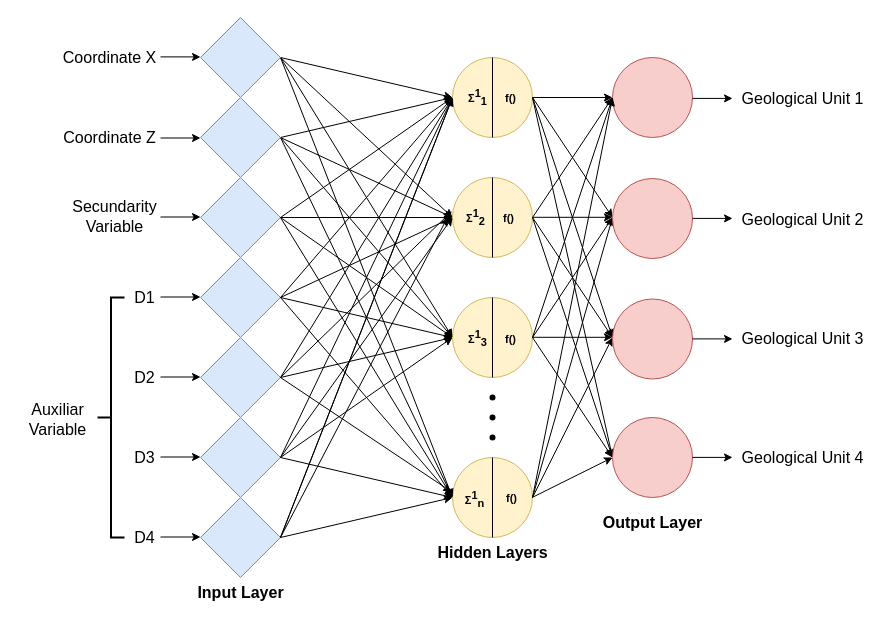
Above: Diagrama sin título.drawio in heberallin/ANN_mineralresources (draw.io), before the change. Source tidied: cells renumbered, new cells numbered last; positions are measured from the earlier drawing's top-left corner, leaving out a move shared by most shapes. Both pictures are drawn from the tidied source at 100%, with x=0, y=0 at pixel (17, 17).
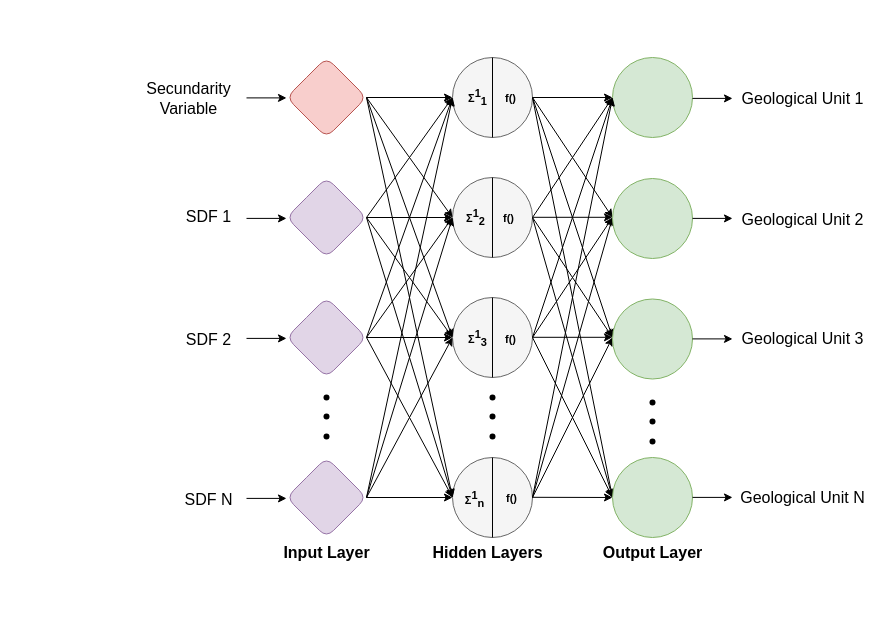
Above is the later version.

Unchanged cells that the change refers to:
```xml
<mxCell id="48" value="&lt;font style=&quot;font-size: 11px;&quot;&gt;&lt;b style=&quot;font-size: 11px;&quot;&gt;&lt;span style=&quot;font-size: 11px;&quot;&gt;Σ&lt;sup style=&quot;font-size: 11px;&quot;&gt;1&lt;/sup&gt;&lt;/span&gt;&lt;span style=&quot;font-size: 11px;&quot;&gt;&lt;sub style=&quot;font-size: 11px;&quot;&gt;2&lt;/sub&gt;&lt;/span&gt;&lt;/b&gt;&lt;/font&gt;" style="text;html=1;align=center;verticalAlign=middle;points=[];strokeColor=none;fillColor=none;fontSize=11;" parent="1" vertex="1">
  <mxGeometry x="439" y="183.5" width="37" height="33" as="geometry" />
</mxCell>
<mxCell id="50" value="&lt;font style=&quot;font-size: 11px;&quot;&gt;&lt;b style=&quot;font-size: 11px;&quot;&gt;&lt;span style=&quot;font-size: 11px;&quot;&gt;Σ&lt;sup style=&quot;font-size: 11px;&quot;&gt;1&lt;/sup&gt;&lt;/span&gt;&lt;sub style=&quot;font-size: 11px;&quot;&gt;&lt;font style=&quot;font-size: 11px;&quot;&gt;n&lt;/font&gt;&lt;/sub&gt;&lt;/b&gt;&lt;/font&gt;" style="text;html=1;align=center;verticalAlign=middle;points=[];strokeColor=none;fillColor=none;fontSize=11;" parent="1" vertex="1">
  <mxGeometry x="437" y="466.5" width="40" height="30" as="geometry" />
</mxCell>
```

Change to the diagram source:
```diff
@@
-    <mxCell id="2" style="ellipse;whiteSpace=wrap;html=1;fillColor=#fff2cc;strokeColor=#d6b656;" parent="1" vertex="1">
+    <mxCell id="2" style="ellipse;whiteSpace=wrap;html=1;fillColor=#f5f5f5;strokeColor=#666666;fontColor=#333333;" parent="1" vertex="1">
       <mxGeometry x="435" y="160" width="80" height="80" as="geometry" />
     </mxCell>
-    <mxCell id="3" style="ellipse;whiteSpace=wrap;html=1;fillColor=#fff2cc;strokeColor=#d6b656;" parent="1" vertex="1">
+    <mxCell id="3" style="ellipse;whiteSpace=wrap;html=1;fillColor=#f5f5f5;strokeColor=#666666;fontColor=#333333;" parent="1" vertex="1">
       <mxGeometry x="435" y="40" width="80" height="80" as="geometry" />
     </mxCell>
-    <mxCell id="4" style="ellipse;whiteSpace=wrap;html=1;fillColor=#fff2cc;strokeColor=#d6b656;" parent="1" vertex="1">
+    <mxCell id="4" style="ellipse;whiteSpace=wrap;html=1;fillColor=#f5f5f5;strokeColor=#666666;fontColor=#333333;" parent="1" vertex="1">
       <mxGeometry x="435" y="280" width="80" height="80" as="geometry" />
     </mxCell>
-    <mxCell id="5" style="ellipse;whiteSpace=wrap;html=1;fillColor=#fff2cc;strokeColor=#d6b656;" parent="1" vertex="1">
+    <mxCell id="5" style="ellipse;whiteSpace=wrap;html=1;fillColor=#f5f5f5;strokeColor=#666666;fontColor=#333333;" parent="1" vertex="1">
       <mxGeometry x="435" y="440" width="80" height="80" as="geometry" />
     </mxCell>
-    <mxCell id="6" style="ellipse;whiteSpace=wrap;html=1;fillColor=#f8cecc;strokeColor=#b85450;" parent="1" vertex="1">
+    <mxCell id="6" style="ellipse;whiteSpace=wrap;html=1;fillColor=#d5e8d4;strokeColor=#82b366;" parent="1" vertex="1">
       <mxGeometry x="595" y="40" width="80" height="80" as="geometry" />
     </mxCell>
-    <mxCell id="7" style="endArrow=classic;html=1;rounded=0;exitX=1;exitY=0.5;exitDx=0;exitDy=0;entryX=0;entryY=0.5;entryDx=0;entryDy=0;" parent="1" edge="1" source="62" target="3">
-      <mxGeometry relative="1" as="geometry" />
-    </mxCell>
-    <mxCell id="8" style="endArrow=classic;html=1;rounded=0;entryX=0;entryY=0.5;entryDx=0;entryDy=0;exitX=1;exitY=0.5;exitDx=0;exitDy=0;" parent="1" edge="1" source="62" target="5">
-      <mxGeometry relative="1" as="geometry" />
-    </mxCell>
-    <mxCell id="9" style="endArrow=classic;html=1;rounded=0;exitX=1;exitY=0.5;exitDx=0;exitDy=0;entryX=0;entryY=0.5;entryDx=0;entryDy=0;" parent="1" edge="1" source="62" target="4">
-      <mxGeometry relative="1" as="geometry" />
-    </mxCell>
-    <mxCell id="10" style="endArrow=classic;html=1;rounded=0;exitX=1;exitY=0.5;exitDx=0;exitDy=0;entryX=0;entryY=0.5;entryDx=0;entryDy=0;" parent="1" edge="1" source="62" target="2">
-      <mxGeometry relative="1" as="geometry" />
-    </mxCell>
-    <mxCell id="11" style="endArrow=classic;html=1;rounded=0;exitX=1;exitY=0.5;exitDx=0;exitDy=0;entryX=0;entryY=0.5;entryDx=0;entryDy=0;" parent="1" edge="1" source="61" target="4">
-      <mxGeometry relative="1" as="geometry" />
-    </mxCell>
-    <mxCell id="12" style="endArrow=classic;html=1;rounded=0;exitX=1;exitY=0.5;exitDx=0;exitDy=0;entryX=0;entryY=0.5;entryDx=0;entryDy=0;" parent="1" edge="1" source="61" target="5">
-      <mxGeometry relative="1" as="geometry" />
-    </mxCell>
-    <mxCell id="13" style="endArrow=classic;html=1;rounded=0;exitX=1;exitY=0.5;exitDx=0;exitDy=0;entryX=0;entryY=0.5;entryDx=0;entryDy=0;" parent="1" edge="1" source="61" target="3">
-      <mxGeometry relative="1" as="geometry" />
-    </mxCell>
-    <mxCell id="14" style="endArrow=classic;html=1;rounded=0;exitX=1;exitY=0.5;exitDx=0;exitDy=0;entryX=0;entryY=0.5;entryDx=0;entryDy=0;" parent="1" edge="1" source="61" target="2">
-      <mxGeometry relative="1" as="geometry" />
-    </mxCell>
@@
     <mxCell id="32" style="shape=waypoint;sketch=0;fillStyle=solid;size=6;fillColor=none;perimeter=centerPerimeter;" parent="1" vertex="1">
-      <mxGeometry x="465" y="390" width="20" height="20" as="geometry" />
+      <mxGeometry x="465" y="389" width="20" height="20" as="geometry" />
     </mxCell>
     <mxCell id="33" style="shape=waypoint;sketch=0;fillStyle=solid;size=6;fillColor=none;perimeter=centerPerimeter;" parent="1" vertex="1">
-      <mxGeometry x="465" y="410" width="20" height="20" as="geometry" />
+      <mxGeometry x="465" y="409" width="20" height="20" as="geometry" />
     </mxCell>
-    <mxCell id="34" style="endArrow=classic;html=1;rounded=0;entryX=0;entryY=0.5;entryDx=0;entryDy=0;" parent="1" edge="1">
-      <mxGeometry relative="1" as="geometry">
-        <mxPoint x="143" y="39.4" as="sourcePoint" />
-        <mxPoint x="183" y="39.4" as="targetPoint" />
-      </mxGeometry>
-    </mxCell>
-    <mxCell id="35" style="endArrow=classic;html=1;rounded=0;entryX=0;entryY=0.5;entryDx=0;entryDy=0;" parent="1" edge="1">
-      <mxGeometry relative="1" as="geometry">
-        <mxPoint x="143" y="120.5" as="sourcePoint" />
-        <mxPoint x="183" y="120.5" as="targetPoint" />
-      </mxGeometry>
-    </mxCell>
@@
     <mxCell id="37" value="Input Layer" style="text;html=1;align=center;verticalAlign=middle;strokeColor=none;fillColor=none;fontSize=16;fontStyle=1;" parent="1" vertex="1">
-      <mxGeometry x="168" y="560" width="110" height="30" as="geometry" />
+      <mxGeometry x="254" y="520" width="110" height="30" as="geometry" />
     </mxCell>
     <mxCell id="38" value="Hidden Layers" style="text;html=1;align=center;verticalAlign=middle;strokeColor=none;fillColor=none;fontSize=16;fontStyle=1;" parent="1" vertex="1">
-      <mxGeometry x="410" y="520" width="130" height="30" as="geometry" />
+      <mxGeometry x="405" y="520" width="130" height="30" as="geometry" />
     </mxCell>
     <mxCell id="39" value="Output Layer" style="text;html=1;align=center;verticalAlign=middle;strokeColor=none;fillColor=none;fontSize=16;fontStyle=1;" parent="1" vertex="1">
-      <mxGeometry x="575" y="490" width="120" height="30" as="geometry" />
+      <mxGeometry x="575" y="520" width="120" height="30" as="geometry" />
     </mxCell>
-    <mxCell id="40" value="Coordinate X" style="text;html=1;align=center;verticalAlign=middle;strokeColor=none;fillColor=none;fontSize=16;" parent="1" vertex="1">
-      <mxGeometry x="36" y="24.5" width="111" height="31" as="geometry" />
-    </mxCell>
-    <mxCell id="41" value="Coordinate Z" style="text;html=1;align=center;verticalAlign=middle;strokeColor=none;fillColor=none;fontSize=16;" parent="1" vertex="1">
-      <mxGeometry x="36" y="104.5" width="111" height="31" as="geometry" />
-    </mxCell>
@@
-    <mxCell id="55" style="rhombus;whiteSpace=wrap;html=1;fillColor=#dae8fc;strokeColor=#6c8ebf;" parent="1" vertex="1">
-      <mxGeometry x="183" y="240" width="80" height="80" as="geometry" />
+    <mxCell id="55" style="rhombus;whiteSpace=wrap;html=1;fillColor=#f8cecc;strokeColor=#b85450;rounded=1;" parent="1" vertex="1">
+      <mxGeometry x="269" y="40" width="80" height="80" as="geometry" />
     </mxCell>
-    <mxCell id="56" style="endArrow=classic;html=1;rounded=0;entryX=0;entryY=0.5;entryDx=0;entryDy=0;" parent="1" edge="1">
-      <mxGeometry relative="1" as="geometry">
-        <mxPoint x="143" y="199.5" as="sourcePoint" />
-        <mxPoint x="183" y="199.5" as="targetPoint" />
-      </mxGeometry>
-    </mxCell>
-    <mxCell id="57" value="Secundarity&lt;div&gt;Variable&lt;/div&gt;" style="text;html=1;align=center;verticalAlign=middle;strokeColor=none;fillColor=none;fontSize=16;" parent="1" vertex="1">
-      <mxGeometry x="45.5" y="174" width="103" height="50" as="geometry" />
-    </mxCell>
     <mxCell id="58" style="endArrow=classic;html=1;rounded=0;entryX=0;entryY=0.5;entryDx=0;entryDy=0;" parent="1" edge="1">
       <mxGeometry relative="1" as="geometry">
-        <mxPoint x="143" y="279.5" as="sourcePoint" />
-        <mxPoint x="183" y="279.5" as="targetPoint" />
+        <mxPoint x="229" y="80.4" as="sourcePoint" />
+        <mxPoint x="269" y="80.4" as="targetPoint" />
       </mxGeometry>
     </mxCell>
-    <mxCell id="59" value="D1" style="text;html=1;align=center;verticalAlign=middle;strokeColor=none;fillColor=none;fontSize=16;" parent="1" vertex="1">
-      <mxGeometry x="107" y="265" width="40" height="30" as="geometry" />
+    <mxCell id="59" value="Secundarity&lt;div&gt;Variable&lt;/div&gt;" style="text;html=1;align=center;verticalAlign=middle;strokeColor=none;fillColor=none;fontSize=16;" parent="1" vertex="1">
+      <mxGeometry x="116" y="56" width="110" height="50" as="geometry" />
     </mxCell>
-    <mxCell id="60" style="rhombus;whiteSpace=wrap;html=1;fillColor=#dae8fc;strokeColor=#6c8ebf;" parent="1" vertex="1">
-      <mxGeometry x="183" y="160" width="80" height="80" as="geometry" />
-    </mxCell>
-    <mxCell id="61" style="rhombus;whiteSpace=wrap;html=1;fillColor=#dae8fc;strokeColor=#6c8ebf;" parent="1" vertex="1">
-      <mxGeometry x="183" y="80" width="80" height="80" as="geometry" />
-    </mxCell>
-    <mxCell id="62" style="rhombus;whiteSpace=wrap;html=1;fillColor=#dae8fc;strokeColor=#6c8ebf;" parent="1" vertex="1">
-      <mxGeometry x="183" width="80" height="80" as="geometry" />
-    </mxCell>
-    <mxCell id="63" style="endArrow=classic;html=1;rounded=0;exitX=1;exitY=0.5;exitDx=0;exitDy=0;entryX=0;entryY=0.5;entryDx=0;entryDy=0;" parent="1" edge="1" source="60" target="5">
-      <mxGeometry relative="1" as="geometry" />
-    </mxCell>
-    <mxCell id="64" style="endArrow=classic;html=1;rounded=0;exitX=1;exitY=0.5;exitDx=0;exitDy=0;entryX=0;entryY=0.5;entryDx=0;entryDy=0;" parent="1" edge="1" source="60" target="4">
-      <mxGeometry relative="1" as="geometry" />
-    </mxCell>
-    <mxCell id="65" style="endArrow=classic;html=1;rounded=0;exitX=1;exitY=0.5;exitDx=0;exitDy=0;entryX=0;entryY=0.5;entryDx=0;entryDy=0;" parent="1" edge="1" source="60" target="2">
-      <mxGeometry relative="1" as="geometry" />
-    </mxCell>
-    <mxCell id="66" style="endArrow=classic;html=1;rounded=0;exitX=1;exitY=0.5;exitDx=0;exitDy=0;entryX=0;entryY=0.5;entryDx=0;entryDy=0;" parent="1" edge="1" source="60" target="3">
-      <mxGeometry relative="1" as="geometry" />
-    </mxCell>
@@
-    <mxCell id="71" style="ellipse;whiteSpace=wrap;html=1;fillColor=#f8cecc;strokeColor=#b85450;" parent="1" vertex="1">
+    <mxCell id="71" style="ellipse;whiteSpace=wrap;html=1;fillColor=#d5e8d4;strokeColor=#82b366;" parent="1" vertex="1">
       <mxGeometry x="595" y="161" width="80" height="80" as="geometry" />
     </mxCell>
-    <mxCell id="72" style="ellipse;whiteSpace=wrap;html=1;fillColor=#f8cecc;strokeColor=#b85450;" parent="1" vertex="1">
+    <mxCell id="72" style="ellipse;whiteSpace=wrap;html=1;fillColor=#d5e8d4;strokeColor=#82b366;" parent="1" vertex="1">
       <mxGeometry x="595" y="281.5" width="80" height="80" as="geometry" />
     </mxCell>
-    <mxCell id="73" style="ellipse;whiteSpace=wrap;html=1;fillColor=#f8cecc;strokeColor=#b85450;" parent="1" vertex="1">
-      <mxGeometry x="595" y="400" width="80" height="80" as="geometry" />
+    <mxCell id="73" style="ellipse;whiteSpace=wrap;html=1;fillColor=#d5e8d4;strokeColor=#82b366;" parent="1" vertex="1">
+      <mxGeometry x="595" y="440" width="80" height="80" as="geometry" />
     </mxCell>
@@
     <mxCell id="76" style="endArrow=classic;html=1;rounded=0;entryX=0;entryY=0.5;entryDx=0;entryDy=0;" parent="1" edge="1">
       <mxGeometry relative="1" as="geometry">
-        <mxPoint x="675" y="439.9" as="sourcePoint" />
-        <mxPoint x="715" y="439.9" as="targetPoint" />
+        <mxPoint x="675" y="479.9" as="sourcePoint" />
+        <mxPoint x="715" y="479.9" as="targetPoint" />
       </mxGeometry>
     </mxCell>
-    <mxCell id="77" style="rhombus;whiteSpace=wrap;html=1;fillColor=#dae8fc;strokeColor=#6c8ebf;" parent="1" vertex="1">
-      <mxGeometry x="183" y="320" width="80" height="80" as="geometry" />
+    <mxCell id="77" style="rhombus;whiteSpace=wrap;html=1;fillColor=#e1d5e7;strokeColor=#9673a6;rounded=1;" parent="1" vertex="1">
+      <mxGeometry x="269" y="160" width="80" height="80" as="geometry" />
     </mxCell>
     <mxCell id="78" style="endArrow=classic;html=1;rounded=0;entryX=0;entryY=0.5;entryDx=0;entryDy=0;" parent="1" edge="1">
       <mxGeometry relative="1" as="geometry">
-        <mxPoint x="143" y="359.5" as="sourcePoint" />
-        <mxPoint x="183" y="359.5" as="targetPoint" />
+        <mxPoint x="229" y="200.9" as="sourcePoint" />
+        <mxPoint x="269" y="200.9" as="targetPoint" />
       </mxGeometry>
     </mxCell>
-    <mxCell id="79" value="D2" style="text;html=1;align=center;verticalAlign=middle;strokeColor=none;fillColor=none;fontSize=16;" parent="1" vertex="1">
-      <mxGeometry x="107" y="345" width="40" height="30" as="geometry" />
-    </mxCell>
-    <mxCell id="80" style="rhombus;whiteSpace=wrap;html=1;fillColor=#dae8fc;strokeColor=#6c8ebf;" parent="1" vertex="1">
-      <mxGeometry x="183" y="400" width="80" height="80" as="geometry" />
+    <mxCell id="80" style="rhombus;whiteSpace=wrap;html=1;fillColor=#e1d5e7;strokeColor=#9673a6;rounded=1;" parent="1" vertex="1">
+      <mxGeometry x="269" y="280" width="80" height="80" as="geometry" />
     </mxCell>
     <mxCell id="81" style="endArrow=classic;html=1;rounded=0;entryX=0;entryY=0.5;entryDx=0;entryDy=0;" parent="1" edge="1">
       <mxGeometry relative="1" as="geometry">
-        <mxPoint x="143" y="439.5" as="sourcePoint" />
-        <mxPoint x="183" y="439.5" as="targetPoint" />
+        <mxPoint x="229" y="320.9" as="sourcePoint" />
+        <mxPoint x="269" y="320.9" as="targetPoint" />
       </mxGeometry>
     </mxCell>
-    <mxCell id="82" value="D3" style="text;html=1;align=center;verticalAlign=middle;strokeColor=none;fillColor=none;fontSize=16;" parent="1" vertex="1">
-      <mxGeometry x="107" y="425" width="40" height="30" as="geometry" />
-    </mxCell>
-    <mxCell id="83" style="rhombus;whiteSpace=wrap;html=1;fillColor=#dae8fc;strokeColor=#6c8ebf;" parent="1" vertex="1">
-      <mxGeometry x="183" y="480" width="80" height="80" as="geometry" />
+    <mxCell id="83" style="rhombus;whiteSpace=wrap;html=1;fillColor=#e1d5e7;strokeColor=#9673a6;rounded=1;" parent="1" vertex="1">
+      <mxGeometry x="269" y="440" width="80" height="80" as="geometry" />
     </mxCell>
     <mxCell id="84" style="endArrow=classic;html=1;rounded=0;entryX=0;entryY=0.5;entryDx=0;entryDy=0;" parent="1" edge="1">
       <mxGeometry relative="1" as="geometry">
-        <mxPoint x="143" y="519.5" as="sourcePoint" />
-        <mxPoint x="183" y="519.5" as="targetPoint" />
+        <mxPoint x="229" y="480.9" as="sourcePoint" />
+        <mxPoint x="269" y="480.9" as="targetPoint" />
       </mxGeometry>
     </mxCell>
-    <mxCell id="85" value="D4" style="text;html=1;align=center;verticalAlign=middle;strokeColor=none;fillColor=none;fontSize=16;" parent="1" vertex="1">
-      <mxGeometry x="107" y="505" width="40" height="30" as="geometry" />
-    </mxCell>
-    <mxCell id="86" style="endArrow=classic;html=1;rounded=0;exitX=1;exitY=0.5;exitDx=0;exitDy=0;entryX=-0.071;entryY=0.264;entryDx=0;entryDy=0;entryPerimeter=0;" parent="1" edge="1" source="77" target="50">
+    <mxCell id="86" style="endArrow=classic;html=1;rounded=0;exitX=1;exitY=0.5;exitDx=0;exitDy=0;entryX=0;entryY=0.5;entryDx=0;entryDy=0;" parent="1" edge="1" source="77" target="5">
       <mxGeometry relative="1" as="geometry" />
     </mxCell>
@@
-    <mxCell id="88" style="endArrow=classic;html=1;rounded=0;exitX=1;exitY=0.5;exitDx=0;exitDy=0;entryX=-0.007;entryY=0.42;entryDx=0;entryDy=0;entryPerimeter=0;" parent="1" edge="1" source="77" target="2">
+    <mxCell id="88" style="endArrow=classic;html=1;rounded=0;exitX=1;exitY=0.5;exitDx=0;exitDy=0;entryX=0;entryY=0.5;entryDx=0;entryDy=0;" parent="1" edge="1" source="77" target="2">
       <mxGeometry relative="1" as="geometry" />
     </mxCell>
@@
-    <mxCell id="92" style="endArrow=classic;html=1;rounded=0;exitX=1;exitY=0.5;exitDx=0;exitDy=0;entryX=-0.108;entryY=0.5;entryDx=0;entryDy=0;entryPerimeter=0;" parent="1" edge="1" source="80" target="48">
+    <mxCell id="92" style="endArrow=classic;html=1;rounded=0;exitX=1;exitY=0.5;exitDx=0;exitDy=0;entryX=0;entryY=0.5;entryDx=0;entryDy=0;" parent="1" edge="1" source="80" target="2">
       <mxGeometry relative="1" as="geometry" />
     </mxCell>
@@
-    <mxCell id="95" style="endArrow=classic;html=1;rounded=0;exitX=1;exitY=0.5;exitDx=0;exitDy=0;" parent="1" edge="1" source="83">
-      <mxGeometry relative="1" as="geometry">
-        <mxPoint x="430" y="200" as="targetPoint" />
-      </mxGeometry>
+    <mxCell id="95" style="endArrow=classic;html=1;rounded=0;exitX=1;exitY=0.5;exitDx=0;exitDy=0;entryX=0;entryY=0.5;entryDx=0;entryDy=0;" parent="1" edge="1" source="83" target="4">
+      <mxGeometry relative="1" as="geometry" />
     </mxCell>
@@
-    <mxCell id="97" style="endArrow=classic;html=1;rounded=0;exitX=1;exitY=0.5;exitDx=0;exitDy=0;entryX=0;entryY=0.5;entryDx=0;entryDy=0;" parent="1" edge="1" source="83" target="3">
+    <mxCell id="97" style="endArrow=classic;html=1;rounded=0;exitX=1;exitY=0.5;exitDx=0;exitDy=0;entryX=0;entryY=0.5;entryDx=0;entryDy=0;" parent="1" edge="1" source="83" target="2">
       <mxGeometry relative="1" as="geometry" />
     </mxCell>
-    <mxCell id="98" style="strokeWidth=2;html=1;shape=mxgraph.flowchart.annotation_2;align=left;labelPosition=right;" parent="1" vertex="1">
-      <mxGeometry x="80" y="280" width="27" height="240" as="geometry" />
-    </mxCell>
-    <mxCell id="99" value="Auxiliar&lt;div&gt;Variable&lt;/div&gt;" style="text;html=1;align=center;verticalAlign=middle;strokeColor=none;fillColor=none;fontSize=16;" parent="1" vertex="1">
-      <mxGeometry y="376.5" width="80" height="50" as="geometry" />
-    </mxCell>
@@
-    <mxCell id="102" value="Geological Unit 4" style="text;html=1;align=center;verticalAlign=middle;strokeColor=none;fillColor=none;fontSize=16;" parent="1" vertex="1">
-      <mxGeometry x="710" y="425" width="150" height="30" as="geometry" />
+    <mxCell id="102" value="Geological Unit N" style="text;html=1;align=center;verticalAlign=middle;strokeColor=none;fillColor=none;fontSize=16;" parent="1" vertex="1">
+      <mxGeometry x="710" y="465" width="150" height="30" as="geometry" />
     </mxCell>
+    <mxCell id="103" style="shape=waypoint;sketch=0;fillStyle=solid;size=6;fillColor=none;perimeter=centerPerimeter;" parent="1" vertex="1">
+      <mxGeometry x="625" y="375" width="20" height="20" as="geometry" />
+    </mxCell>
+    <mxCell id="104" style="shape=waypoint;sketch=0;fillStyle=solid;size=6;fillColor=none;perimeter=centerPerimeter;" parent="1" vertex="1">
+      <mxGeometry x="625" y="394" width="20" height="20" as="geometry" />
+    </mxCell>
+    <mxCell id="105" style="shape=waypoint;sketch=0;fillStyle=solid;size=6;fillColor=none;perimeter=centerPerimeter;" parent="1" vertex="1">
+      <mxGeometry x="625" y="414" width="20" height="20" as="geometry" />
+    </mxCell>
+    <mxCell id="106" style="shape=waypoint;sketch=0;fillStyle=solid;size=6;fillColor=none;perimeter=centerPerimeter;" parent="1" vertex="1">
+      <mxGeometry x="299" y="370" width="20" height="20" as="geometry" />
+    </mxCell>
+    <mxCell id="107" style="shape=waypoint;sketch=0;fillStyle=solid;size=6;fillColor=none;perimeter=centerPerimeter;" parent="1" vertex="1">
+      <mxGeometry x="299" y="389" width="20" height="20" as="geometry" />
+    </mxCell>
+    <mxCell id="108" style="shape=waypoint;sketch=0;fillStyle=solid;size=6;fillColor=none;perimeter=centerPerimeter;" parent="1" vertex="1">
+      <mxGeometry x="299" y="409" width="20" height="20" as="geometry" />
+    </mxCell>
+    <mxCell id="109" value="SDF 1" style="text;html=1;align=center;verticalAlign=middle;strokeColor=none;fillColor=none;fontSize=16;" parent="1" vertex="1">
+      <mxGeometry x="156" y="183.5" width="70" height="30" as="geometry" />
+    </mxCell>
+    <mxCell id="110" value="SDF 2" style="text;html=1;align=center;verticalAlign=middle;strokeColor=none;fillColor=none;fontSize=16;" parent="1" vertex="1">
+      <mxGeometry x="156" y="306.5" width="70" height="30" as="geometry" />
+    </mxCell>
+    <mxCell id="111" value="SDF N" style="text;html=1;align=center;verticalAlign=middle;strokeColor=none;fillColor=none;fontSize=16;" parent="1" vertex="1">
+      <mxGeometry x="156" y="466.5" width="70" height="30" as="geometry" />
+    </mxCell>
```
